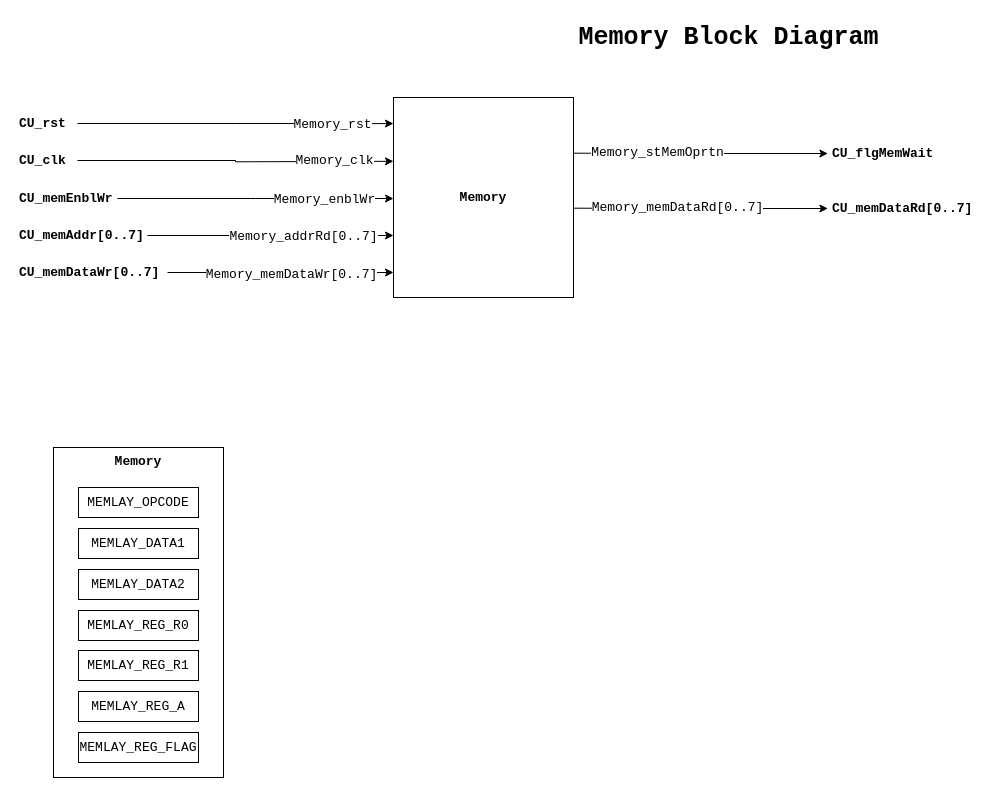
Before: page "Memory" (4 of 9) of 04_ControlUnit_v1/CPU_Design.drawio in Vichu95/Basic_CPU_FPGA, a draw.io diagram. Source tidied: cells renumbered, new cells numbered last; positions are measured from the earlier drawing's top-left corner, leaving out a move shared by most shapes. Both pictures are drawn from the tidied source at 100%, with x=0, y=0 at pixel (17, 17).
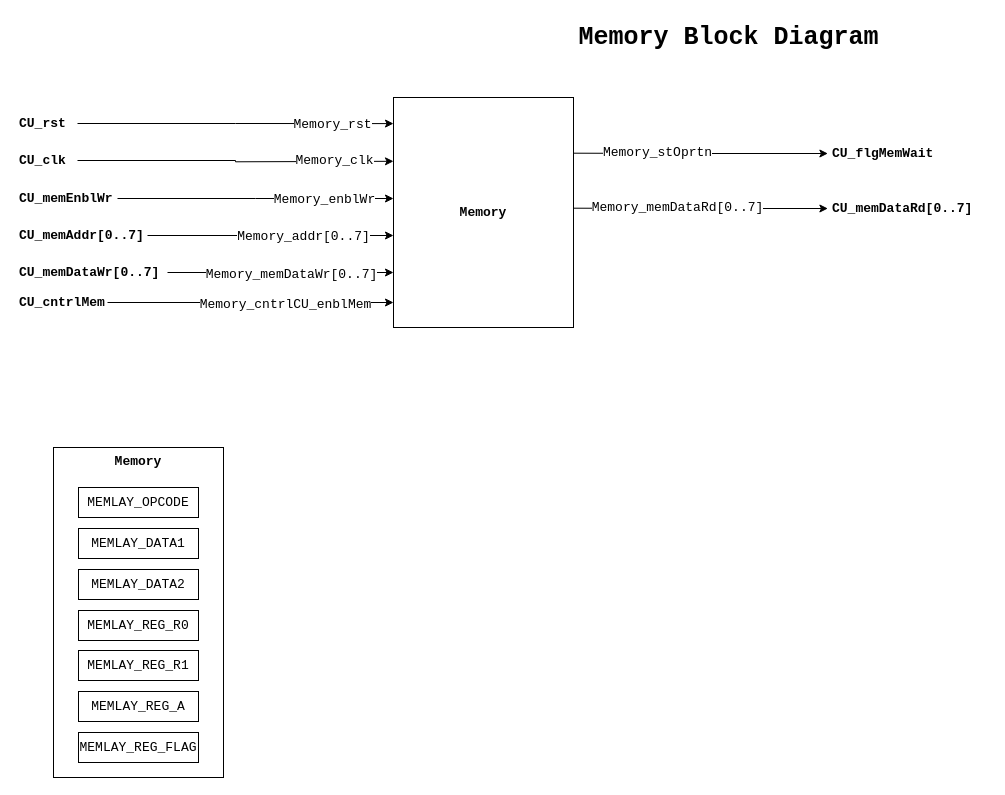
Above is the later version.

The change refers to these unchanged cells:
```xml
<mxCell id="7" style="edgeStyle=orthogonalEdgeStyle;rounded=0;jettySize=auto;html=1;fontFamily=Courier New;fontSize=13;fontColor=#000000;startArrow=none;startFill=0;endArrow=classic;endFill=1;fixDash=1;" parent="1" edge="1" source="9">
  <mxGeometry relative="1" as="geometry">
    <mxPoint x="376" y="218" as="targetPoint" />
  </mxGeometry>
</mxCell>
<mxCell id="22" style="edgeStyle=orthogonalEdgeStyle;rounded=0;jettySize=auto;html=1;entryX=1.006;entryY=0.763;entryDx=0;entryDy=0;entryPerimeter=0;fontFamily=Courier New;fontSize=13;startArrow=classic;startFill=1;endArrow=none;endFill=0;" parent="1" edge="1" source="24">
  <mxGeometry relative="1" as="geometry">
    <mxPoint x="556" y="135.7" as="targetPoint" />
  </mxGeometry>
</mxCell>
```

What changed in the source:
```diff
@@
     <mxCell id="2" value="&lt;b&gt;&lt;font style=&quot;font-size: 13px;&quot;&gt;Memory&lt;/font&gt;&lt;/b&gt;" style="rounded=0;whiteSpace=wrap;html=1;fontFamily=Courier New;fontSize=11;" parent="1" vertex="1">
-      <mxGeometry x="376" y="80" width="180" height="200" as="geometry" />
+      <mxGeometry x="376" y="80" width="180" height="230" as="geometry" />
     </mxCell>
@@
-    <mxCell id="8" value="Memory_addrRd[0..7]" style="edgeLabel;html=1;align=center;verticalAlign=middle;fontFamily=Courier New;fontSize=13;" parent="7" vertex="1">
+    <mxCell id="8" value="Memory_addr[0..7]" style="edgeLabel;html=1;align=center;verticalAlign=middle;fontFamily=Courier New;fontSize=13;" parent="7" vertex="1">
       <mxGeometry x="0.24" y="2" relative="1" as="geometry">
         <mxPoint x="3" y="2" as="offset" />
       </mxGeometry>
     </mxCell>
@@
-    <mxCell id="23" value="Memory_stMemOprtn" style="edgeLabel;html=1;align=center;verticalAlign=middle;fontSize=13;fontFamily=Courier New;" parent="22" vertex="1">
+    <mxCell id="23" value="Memory_stOprtn" style="edgeLabel;html=1;align=center;verticalAlign=middle;fontSize=13;fontFamily=Courier New;" parent="22" vertex="1">
       <mxGeometry x="0.65" y="-2" relative="1" as="geometry">
         <mxPoint x="39" y="1" as="offset" />
       </mxGeometry>
     </mxCell>
@@
+    <mxCell id="34" style="edgeStyle=orthogonalEdgeStyle;rounded=0;jettySize=auto;html=1;entryX=-0.011;entryY=0.865;entryDx=0;entryDy=0;entryPerimeter=0;fontFamily=Courier New;fontSize=13;" parent="1" edge="1" source="36">
+      <mxGeometry relative="1" as="geometry">
+        <mxPoint x="376" y="285" as="targetPoint" />
+      </mxGeometry>
+    </mxCell>
+    <mxCell id="35" value="Memory_cntrlCU_enblMem" style="edgeLabel;html=1;align=center;verticalAlign=middle;fontSize=13;fontFamily=Courier New;" parent="34" vertex="1">
+      <mxGeometry x="0.28" y="-1" relative="1" as="geometry">
+        <mxPoint x="-5" as="offset" />
+      </mxGeometry>
+    </mxCell>
+    <mxCell id="36" value="CU_cntrlMem" style="text;html=1;align=left;verticalAlign=middle;points=[];strokeColor=none;fillColor=none;fontStyle=1;labelBackgroundColor=none;fontColor=#000000;fontSize=13;fontFamily=Courier New;spacing=2;spacingRight=-13;fixDash=1;" parent="1" vertex="1">
+      <mxGeometry y="270" width="90" height="30" as="geometry" />
+    </mxCell>
```
